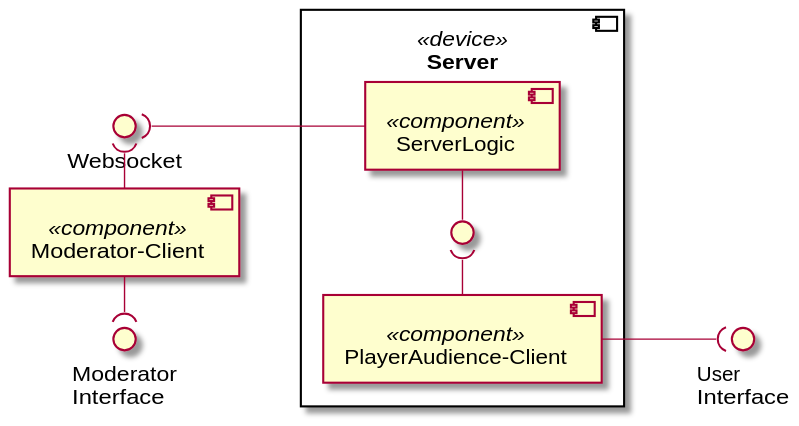
Above: Docs/Technical Specifications/docs/diagrams/component-diagrams/overview-components.svg in Brotenko/QualityQuest (PlantUML), before the change. Its diagram source:
```plantuml
@startuml
left to right direction
() "Websocket" as ws
() "User\nInterface" as ui
() "Moderator\nInterface" as mi


component "Server" <<device>> as s{
    () " " as api
    [PlayerAudience-Client] <<component>> as AuCl
    [ServerLogic] <<component>> as SeCl
}
[Moderator-Client] <<component>> as StPlCl

ws )- StPlCl
ws )-down- SeCl
mi )-left- StPlCl
ui )-up- AuCl
api - SeCl
AuCl -( api
@enduml
```
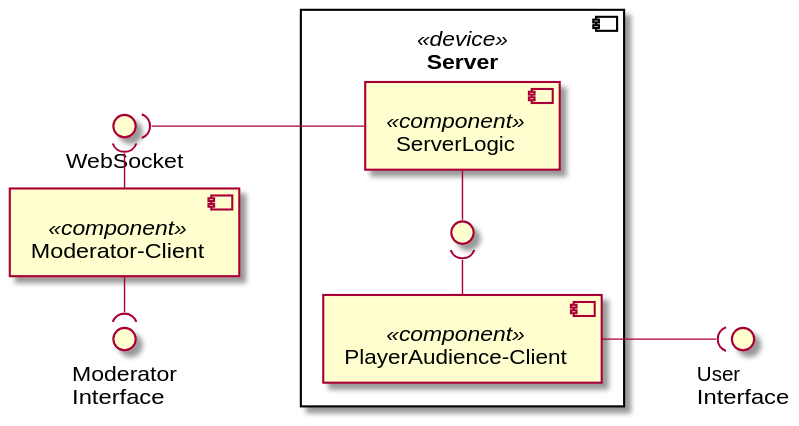
Above is the later version.

Change to the diagram source:
```diff
@@ -1,6 +1,6 @@
 @startuml
 left to right direction
-() "Websocket" as ws
+() "WebSocket" as ws
 () "User\nInterface" as ui
 () "Moderator\nInterface" as mi
 
```
